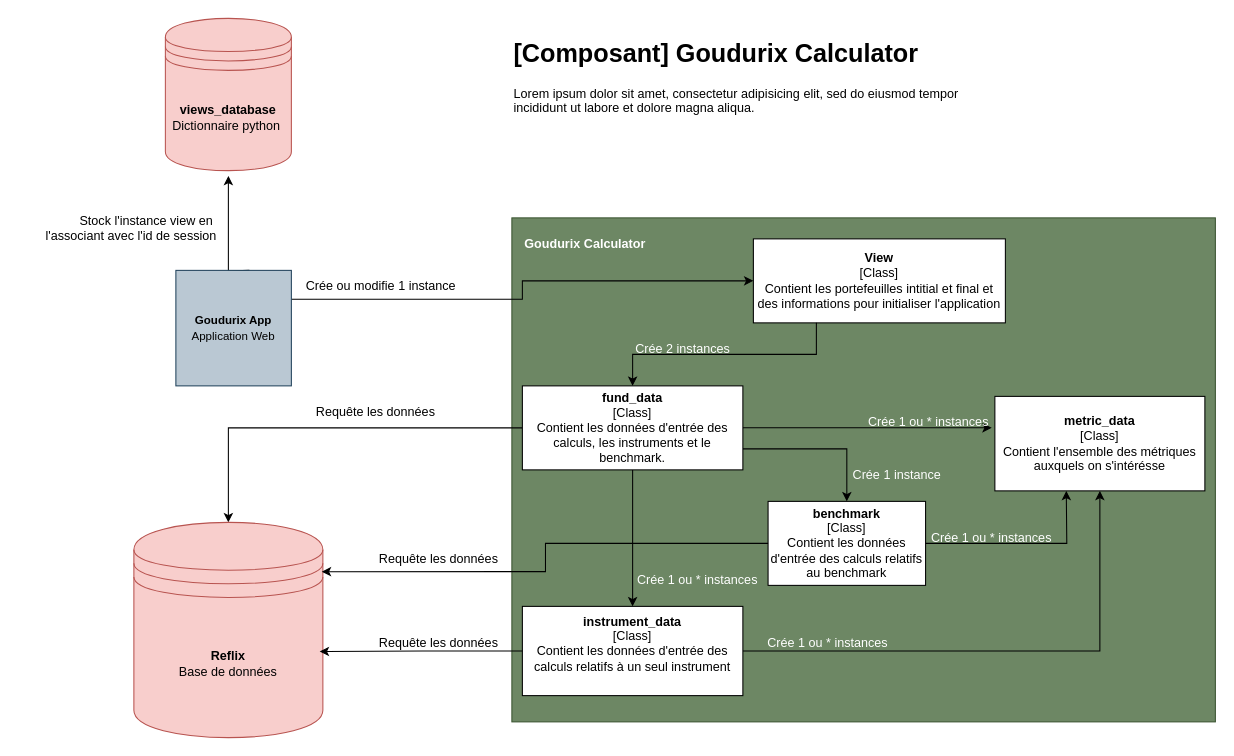
Above: Component.drawio in salimelouahdani/DrawIO (draw.io), before the change. Source tidied: cells renumbered, new cells numbered last; positions are measured from the earlier drawing's top-left corner, leaving out a move shared by most shapes. Both pictures are drawn from the tidied source at 105%, with x=0, y=0 at pixel (18, 18).
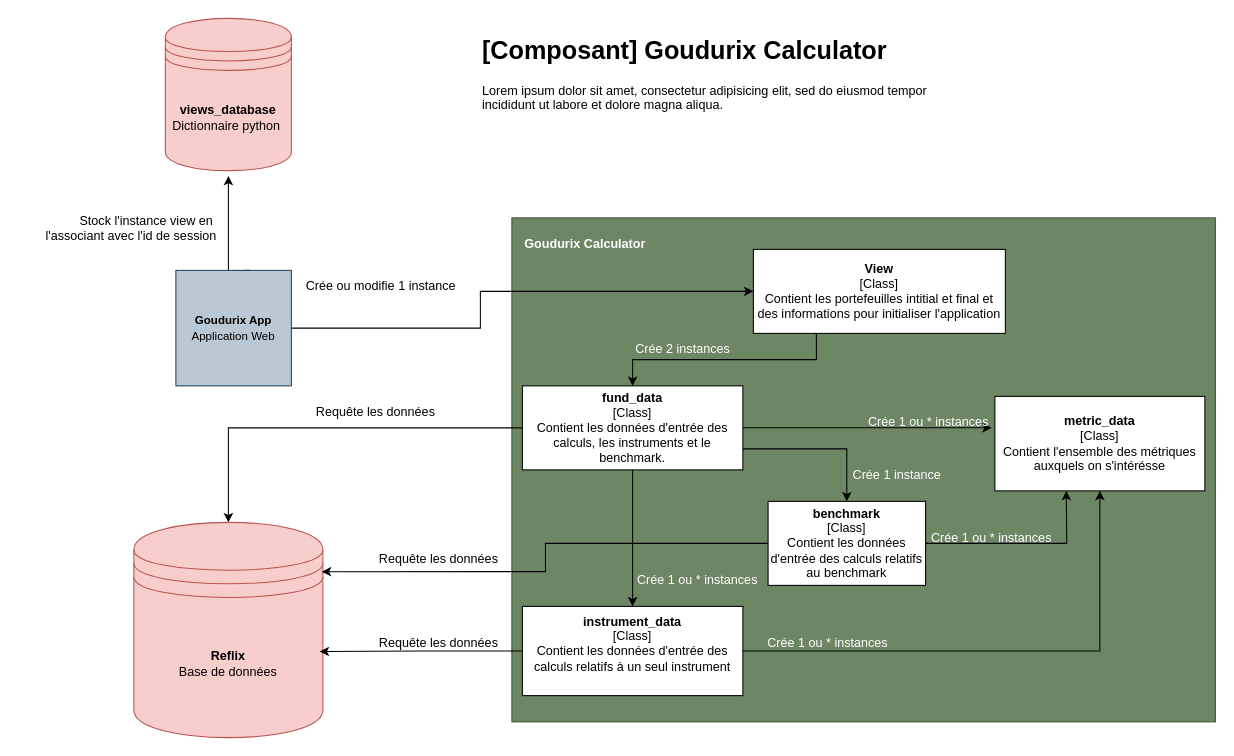
The same diagram, later.

Commit message (it also covers changes not shown here):
Mettre à jour Component.drawio

Unchanged cells that the change refers to:
```xml
<mxCell id="6" value="&lt;b&gt;&lt;font style=&quot;font-size: 11px;&quot;&gt;Goudurix App&lt;/font&gt;&lt;/b&gt;&lt;div&gt;&lt;font style=&quot;font-size: 11px;&quot;&gt;Application Web&lt;/font&gt;&lt;/div&gt;" style="whiteSpace=wrap;html=1;fillColor=#bac8d3;strokeColor=#23445d;" parent="1" vertex="1">
  <mxGeometry x="150" y="240" width="110" height="110" as="geometry" />
</mxCell>
```

What changed in the source:
```diff
@@
-    <mxCell id="4" style="edgeStyle=orthogonalEdgeStyle;rounded=0;jettySize=auto;html=1;exitX=1;exitY=0.25;exitDx=0;exitDy=0;entryX=0;entryY=0.5;entryDx=0;entryDy=0;" parent="1" edge="1" source="6" target="7">
-      <mxGeometry relative="1" as="geometry" />
+    <mxCell id="4" style="edgeStyle=orthogonalEdgeStyle;rounded=0;jettySize=auto;html=1;entryX=0;entryY=0.5;entryDx=0;entryDy=0;" parent="1" edge="1" source="6" target="7">
+      <mxGeometry relative="1" as="geometry">
+        <Array as="points">
+          <mxPoint x="440" y="295" />
+          <mxPoint x="440" y="260" />
+        </Array>
+      </mxGeometry>
     </mxCell>
@@
     <mxCell id="7" value="&lt;b&gt;View&lt;/b&gt;&lt;div&gt;[Class]&lt;/div&gt;&lt;div&gt;Contient les portefeuilles intitial et final et des informations pour initialiser l'application&lt;/div&gt;" style="rounded=0;whiteSpace=wrap;html=1;" parent="1" vertex="1">
-      <mxGeometry x="700" y="210" width="240" height="80" as="geometry" />
+      <mxGeometry x="700" y="220" width="240" height="80" as="geometry" />
     </mxCell>
@@
     <mxCell id="34" value="&lt;h1 style=&quot;margin-top: 0px;&quot;&gt;[Composant] Goudurix Calculator&lt;/h1&gt;&lt;p&gt;Lorem ipsum dolor sit amet, consectetur adipisicing elit, sed do eiusmod tempor incididunt ut labore et dolore magna aliqua.&lt;/p&gt;" style="text;html=1;whiteSpace=wrap;overflow=hidden;rounded=0;" parent="1" vertex="1">
-      <mxGeometry x="470" y="12.5" width="470" height="120" as="geometry" />
+      <mxGeometry x="440" y="10" width="470" height="120" as="geometry" />
     </mxCell>
```
